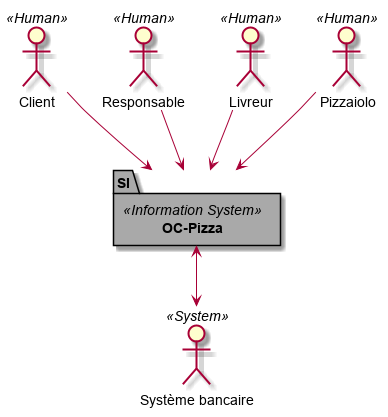
Before: uml/img/context_diagram.png, a diagram exported from PlantUML (rvallet/oc-pizza).
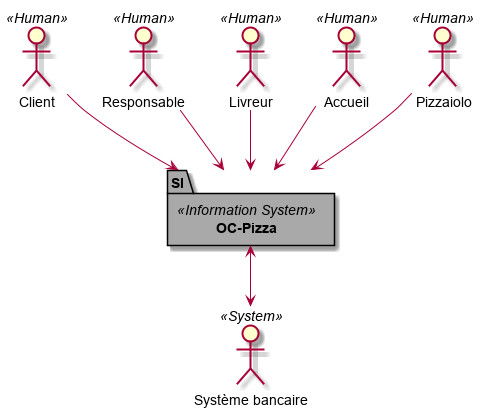
The same file after the commit.

The edit, as a diff of the source:
```diff
@@ -2,12 +2,14 @@
 :Client: << Human >>
 :Responsable: << Human >>
 :Livreur: << Human >>
+:Accueil: <<Human>>
 :Pizzaiolo: << Human >>
 :Système bancaire: << System >> as bank
 
 Client --> SI
 Responsable --> SI
 Livreur --> SI
+Accueil --> SI
 Pizzaiolo --> SI
 SI <--> bank
 
```
